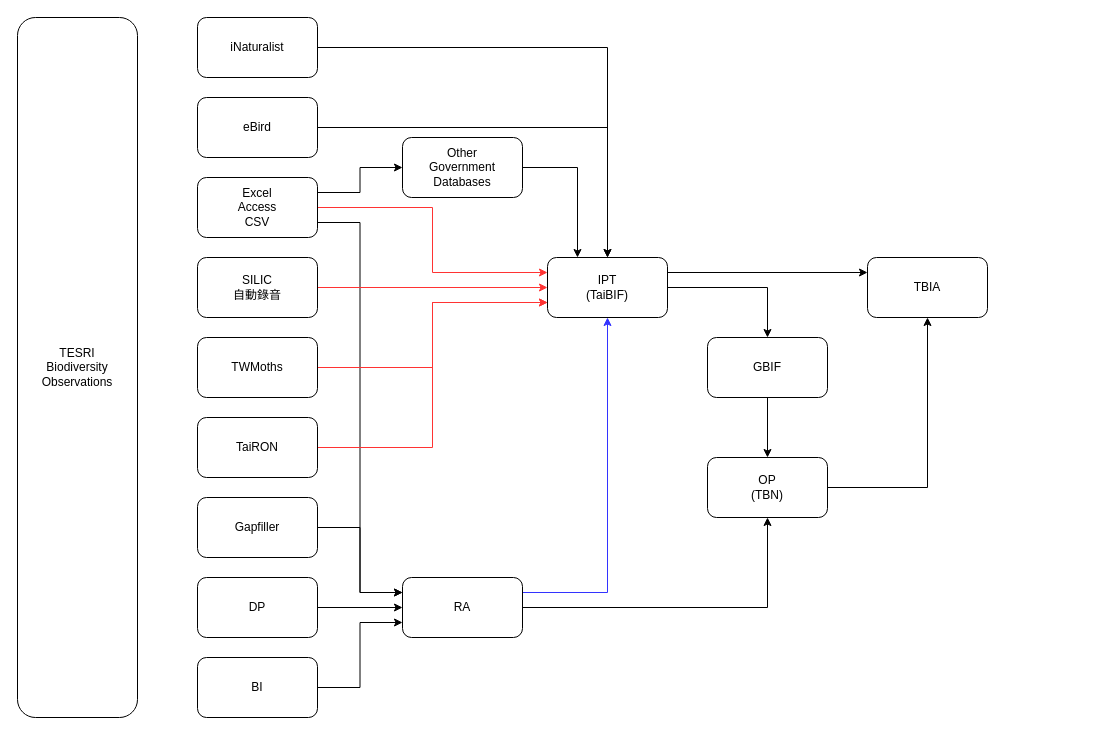
The draw.io diagram Untitled Diagram2.drawio in jerome-cjko/foolingAround, before the edit. Source tidied: cells renumbered, new cells numbered last; positions are measured from the earlier drawing's top-left corner, leaving out a move shared by most shapes. Both pictures are drawn from the tidied source at 100%, with x=0, y=0 at pixel (17, 17).
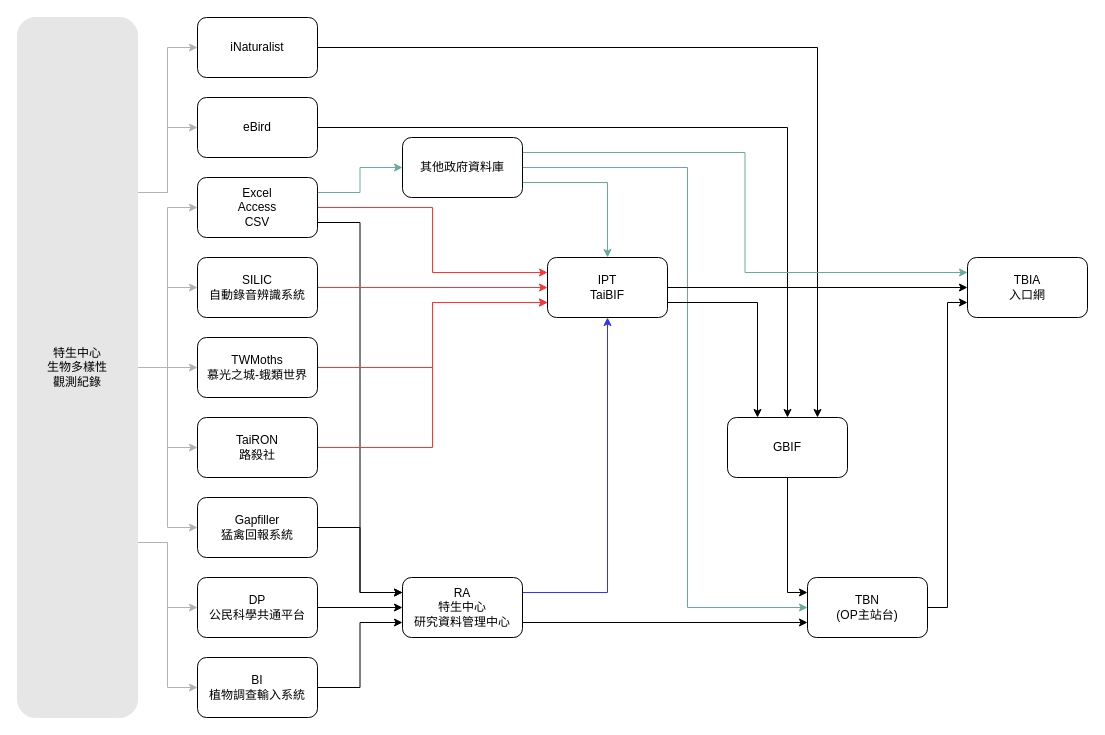
Above is the later version.

The change refers to these unchanged cells:
```xml
<mxCell id="6" value="&lt;div&gt;Excel&lt;/div&gt;&lt;div&gt;Access&lt;/div&gt;&lt;div&gt;CSV&lt;br&gt;&lt;/div&gt;" style="rounded=1;whiteSpace=wrap;html=1;" parent="1" vertex="1">
  <mxGeometry x="180" y="160" width="120" height="60" as="geometry" />
</mxCell>
<mxCell id="18" value="&lt;div&gt;eBird&lt;/div&gt;" style="rounded=1;whiteSpace=wrap;html=1;" parent="1" vertex="1">
  <mxGeometry x="180" y="80" width="120" height="60" as="geometry" />
</mxCell>
<mxCell id="20" value="iNaturalist" style="rounded=1;whiteSpace=wrap;html=1;" parent="1" vertex="1">
  <mxGeometry x="180" width="120" height="60" as="geometry" />
</mxCell>
```

Change to the diagram source:
```diff
@@
+    <mxCell id="36" style="edgeStyle=orthogonalEdgeStyle;rounded=0;jettySize=auto;html=1;exitX=1;exitY=0.25;exitDx=0;exitDy=0;entryX=0;entryY=0.5;entryDx=0;entryDy=0;shadow=0;strokeColor=#B3B3B3;fillColor=#FFB366;" parent="1" edge="1" source="2" target="20">
+      <mxGeometry relative="1" as="geometry" />
+    </mxCell>
+    <mxCell id="37" style="edgeStyle=orthogonalEdgeStyle;rounded=0;jettySize=auto;html=1;exitX=1;exitY=0.25;exitDx=0;exitDy=0;shadow=0;strokeColor=#B3B3B3;fillColor=#FFB366;" parent="1" edge="1" source="2" target="18">
+      <mxGeometry relative="1" as="geometry" />
+    </mxCell>
+    <mxCell id="38" style="edgeStyle=orthogonalEdgeStyle;rounded=0;jettySize=auto;html=1;exitX=1;exitY=0.5;exitDx=0;exitDy=0;entryX=0;entryY=0.5;entryDx=0;entryDy=0;shadow=0;strokeColor=#B3B3B3;fillColor=#FFB366;" parent="1" edge="1" source="2" target="6">
+      <mxGeometry relative="1" as="geometry" />
+    </mxCell>
+    <mxCell id="39" style="edgeStyle=orthogonalEdgeStyle;rounded=0;jettySize=auto;html=1;exitX=1;exitY=0.5;exitDx=0;exitDy=0;entryX=0;entryY=0.5;entryDx=0;entryDy=0;shadow=0;strokeColor=#B3B3B3;fillColor=#FFB366;" parent="1" edge="1" source="2" target="14">
+      <mxGeometry relative="1" as="geometry" />
+    </mxCell>
+    <mxCell id="40" style="edgeStyle=orthogonalEdgeStyle;rounded=0;jettySize=auto;html=1;exitX=1;exitY=0.5;exitDx=0;exitDy=0;shadow=0;strokeColor=#B3B3B3;fillColor=#FFB366;" parent="1" edge="1" source="2" target="16">
+      <mxGeometry relative="1" as="geometry" />
+    </mxCell>
+    <mxCell id="41" style="edgeStyle=orthogonalEdgeStyle;rounded=0;jettySize=auto;html=1;exitX=1;exitY=0.5;exitDx=0;exitDy=0;entryX=0;entryY=0.5;entryDx=0;entryDy=0;shadow=0;strokeColor=#B3B3B3;fillColor=#FFB366;" parent="1" edge="1" source="2" target="35">
+      <mxGeometry relative="1" as="geometry" />
+    </mxCell>
+    <mxCell id="42" style="edgeStyle=orthogonalEdgeStyle;rounded=0;jettySize=auto;html=1;exitX=1;exitY=0.5;exitDx=0;exitDy=0;entryX=0;entryY=0.5;entryDx=0;entryDy=0;shadow=0;strokeColor=#B3B3B3;fillColor=#FFB366;" parent="1" edge="1" source="2" target="12">
+      <mxGeometry relative="1" as="geometry" />
+    </mxCell>
+    <mxCell id="43" style="edgeStyle=orthogonalEdgeStyle;rounded=0;jettySize=auto;html=1;exitX=1;exitY=0.75;exitDx=0;exitDy=0;entryX=0;entryY=0.5;entryDx=0;entryDy=0;shadow=0;strokeColor=#B3B3B3;fillColor=#FFB366;" parent="1" edge="1" source="2" target="8">
+      <mxGeometry relative="1" as="geometry" />
+    </mxCell>
+    <mxCell id="44" style="edgeStyle=orthogonalEdgeStyle;rounded=0;jettySize=auto;html=1;exitX=1;exitY=0.75;exitDx=0;exitDy=0;shadow=0;strokeColor=#B3B3B3;fillColor=#FFB366;" parent="1" edge="1" source="2" target="10">
+      <mxGeometry relative="1" as="geometry" />
+    </mxCell>
-    <mxCell id="2" value="&lt;div&gt;TESRI&lt;/div&gt;&lt;div&gt;Biodiversity&lt;/div&gt;&lt;div&gt;Observations&lt;/div&gt;" style="rounded=1;whiteSpace=wrap;html=1;" parent="1" vertex="1">
+    <mxCell id="2" value="&lt;div&gt;特生中心&lt;/div&gt;&lt;div&gt;生物多樣性&lt;/div&gt;&lt;div&gt;觀測紀錄&lt;/div&gt;" style="rounded=1;whiteSpace=wrap;html=1;strokeColor=#E6E6E6;fillColor=#E6E6E6;" parent="1" vertex="1">
       <mxGeometry width="120" height="700" as="geometry" />
     </mxCell>
@@
-    <mxCell id="4" style="edgeStyle=orthogonalEdgeStyle;rounded=0;jettySize=auto;html=1;exitX=1;exitY=0.25;exitDx=0;exitDy=0;entryX=0;entryY=0.5;entryDx=0;entryDy=0;" parent="1" edge="1" source="6" target="25">
+    <mxCell id="4" style="edgeStyle=orthogonalEdgeStyle;rounded=0;jettySize=auto;html=1;exitX=1;exitY=0.25;exitDx=0;exitDy=0;entryX=0;entryY=0.5;entryDx=0;entryDy=0;strokeColor=#67AB9F;" parent="1" edge="1" source="6" target="25">
       <mxGeometry relative="1" as="geometry" />
     </mxCell>
@@
-    <mxCell id="8" value="DP" style="rounded=1;whiteSpace=wrap;html=1;" parent="1" vertex="1">
+    <mxCell id="8" value="&lt;div&gt;DP&lt;/div&gt;公民科學共通平台" style="rounded=1;whiteSpace=wrap;html=1;" parent="1" vertex="1">
       <mxGeometry x="180" y="560" width="120" height="60" as="geometry" />
     </mxCell>
@@
-    <mxCell id="10" value="BI" style="rounded=1;whiteSpace=wrap;html=1;" parent="1" vertex="1">
+    <mxCell id="10" value="&lt;div&gt;BI&lt;/div&gt;植物調查輸入系統" style="rounded=1;whiteSpace=wrap;html=1;" parent="1" vertex="1">
       <mxGeometry x="180" y="640" width="120" height="60" as="geometry" />
     </mxCell>
@@
-    <mxCell id="12" value="Gapfiller" style="rounded=1;whiteSpace=wrap;html=1;" parent="1" vertex="1">
+    <mxCell id="12" value="&lt;div&gt;Gapfiller&lt;/div&gt;&lt;div&gt;猛禽回報系統&lt;br&gt;&lt;/div&gt;" style="rounded=1;whiteSpace=wrap;html=1;" parent="1" vertex="1">
       <mxGeometry x="180" y="480" width="120" height="60" as="geometry" />
     </mxCell>
@@
-    <mxCell id="14" value="&lt;div&gt;SILIC&lt;/div&gt;自動錄音" style="rounded=1;whiteSpace=wrap;html=1;" parent="1" vertex="1">
+    <mxCell id="14" value="&lt;div&gt;SILIC&lt;/div&gt;自動錄音辨識系統" style="rounded=1;whiteSpace=wrap;html=1;" parent="1" vertex="1">
       <mxGeometry x="180" y="240" width="120" height="60" as="geometry" />
     </mxCell>
@@
-    <mxCell id="16" value="TWMoths" style="rounded=1;whiteSpace=wrap;html=1;" parent="1" vertex="1">
+    <mxCell id="16" value="&lt;div&gt;TWMoths&lt;/div&gt;&lt;div&gt;慕光之城-蛾類世界&lt;br&gt;&lt;/div&gt;" style="rounded=1;whiteSpace=wrap;html=1;" parent="1" vertex="1">
       <mxGeometry x="180" y="320" width="120" height="60" as="geometry" />
     </mxCell>
-    <mxCell id="17" style="edgeStyle=orthogonalEdgeStyle;rounded=0;jettySize=auto;html=1;exitX=1;exitY=0.5;exitDx=0;exitDy=0;entryX=0.5;entryY=0;entryDx=0;entryDy=0;" parent="1" edge="1" source="18" target="28">
+    <mxCell id="17" style="edgeStyle=orthogonalEdgeStyle;rounded=0;jettySize=auto;html=1;exitX=1;exitY=0.5;exitDx=0;exitDy=0;entryX=0.5;entryY=0;entryDx=0;entryDy=0;strokeColor=#000000;" parent="1" edge="1" source="18" target="32">
       <mxGeometry relative="1" as="geometry" />
     </mxCell>
@@
-    <mxCell id="19" style="edgeStyle=orthogonalEdgeStyle;rounded=0;jettySize=auto;html=1;exitX=1;exitY=0.5;exitDx=0;exitDy=0;entryX=0.5;entryY=0;entryDx=0;entryDy=0;" parent="1" edge="1" source="20" target="28">
+    <mxCell id="19" style="edgeStyle=orthogonalEdgeStyle;rounded=0;jettySize=auto;html=1;exitX=1;exitY=0.5;exitDx=0;exitDy=0;entryX=0.75;entryY=0;entryDx=0;entryDy=0;strokeColor=#000000;" parent="1" edge="1" source="20" target="32">
       <mxGeometry relative="1" as="geometry" />
     </mxCell>
@@
-    <mxCell id="21" style="edgeStyle=orthogonalEdgeStyle;rounded=0;jettySize=auto;html=1;exitX=1;exitY=0.5;exitDx=0;exitDy=0;" parent="1" edge="1" source="23" target="30">
+    <mxCell id="21" style="edgeStyle=orthogonalEdgeStyle;rounded=0;jettySize=auto;html=1;entryX=0;entryY=0.75;entryDx=0;entryDy=0;exitX=1;exitY=0.75;exitDx=0;exitDy=0;" parent="1" edge="1" source="23" target="30">
       <mxGeometry relative="1" as="geometry" />
     </mxCell>
@@
-    <mxCell id="23" value="RA" style="rounded=1;whiteSpace=wrap;html=1;" parent="1" vertex="1">
+    <mxCell id="23" value="&lt;div&gt;RA&lt;/div&gt;&lt;div&gt;特生中心&lt;/div&gt;&lt;div&gt;研究資料管理中心&lt;br&gt;&lt;/div&gt;" style="rounded=1;whiteSpace=wrap;html=1;" parent="1" vertex="1">
       <mxGeometry x="385" y="560" width="120" height="60" as="geometry" />
     </mxCell>
-    <mxCell id="24" style="edgeStyle=orthogonalEdgeStyle;rounded=0;jettySize=auto;html=1;exitX=1;exitY=0.5;exitDx=0;exitDy=0;entryX=0.25;entryY=0;entryDx=0;entryDy=0;" parent="1" edge="1" source="25" target="28">
+    <mxCell id="24" style="edgeStyle=orthogonalEdgeStyle;rounded=0;jettySize=auto;html=1;entryX=0.5;entryY=0;entryDx=0;entryDy=0;strokeColor=#67AB9F;exitX=1;exitY=0.75;exitDx=0;exitDy=0;" parent="1" edge="1" source="25" target="28">
       <mxGeometry relative="1" as="geometry" />
     </mxCell>
+    <mxCell id="45" style="edgeStyle=orthogonalEdgeStyle;rounded=0;jettySize=auto;html=1;exitX=1;exitY=0.25;exitDx=0;exitDy=0;entryX=0;entryY=0.25;entryDx=0;entryDy=0;shadow=0;strokeColor=#67AB9F;fillColor=#FFB366;" parent="1" edge="1" source="25" target="33">
+      <mxGeometry relative="1" as="geometry" />
+    </mxCell>
+    <mxCell id="46" style="edgeStyle=orthogonalEdgeStyle;rounded=0;jettySize=auto;html=1;exitX=1;exitY=0.5;exitDx=0;exitDy=0;entryX=0;entryY=0.5;entryDx=0;entryDy=0;shadow=0;strokeColor=#67AB9F;fillColor=#FFB366;" parent="1" edge="1" source="25" target="30">
+      <mxGeometry relative="1" as="geometry">
+        <Array as="points">
+          <mxPoint x="670" y="150" />
+          <mxPoint x="670" y="590" />
+        </Array>
+      </mxGeometry>
+    </mxCell>
-    <mxCell id="25" value="&lt;div&gt;Other&lt;/div&gt;&lt;div&gt;Government&lt;/div&gt;&lt;div&gt;Databases&lt;br&gt;&lt;/div&gt;" style="rounded=1;whiteSpace=wrap;html=1;" parent="1" vertex="1">
+    <mxCell id="25" value="其他政府資料庫" style="rounded=1;whiteSpace=wrap;html=1;" parent="1" vertex="1">
       <mxGeometry x="385" y="120" width="120" height="60" as="geometry" />
     </mxCell>
+    <mxCell id="27" style="edgeStyle=orthogonalEdgeStyle;rounded=0;jettySize=auto;html=1;exitX=1;exitY=0.5;exitDx=0;exitDy=0;entryX=0;entryY=0.5;entryDx=0;entryDy=0;strokeColor=#000000;" parent="1" edge="1" source="28" target="33">
+      <mxGeometry relative="1" as="geometry" />
+    </mxCell>
-    <mxCell id="26" style="edgeStyle=orthogonalEdgeStyle;rounded=0;jettySize=auto;html=1;exitX=1;exitY=0.5;exitDx=0;exitDy=0;entryX=0.5;entryY=0;entryDx=0;entryDy=0;" parent="1" edge="1" source="28" target="32">
+    <mxCell id="26" style="edgeStyle=orthogonalEdgeStyle;rounded=0;jettySize=auto;html=1;exitX=1;exitY=0.75;exitDx=0;exitDy=0;entryX=0.25;entryY=0;entryDx=0;entryDy=0;shadow=0;strokeColor=#000000;fillColor=#FFB366;" parent="1" edge="1" source="28" target="32">
       <mxGeometry relative="1" as="geometry" />
     </mxCell>
-    <mxCell id="27" style="edgeStyle=orthogonalEdgeStyle;rounded=0;jettySize=auto;html=1;exitX=1;exitY=0.25;exitDx=0;exitDy=0;entryX=0;entryY=0.25;entryDx=0;entryDy=0;" parent="1" edge="1" source="28" target="33">
-      <mxGeometry relative="1" as="geometry" />
-    </mxCell>
-    <mxCell id="28" value="&lt;div&gt;IPT&lt;/div&gt;&lt;div&gt;(TaiBIF)&lt;br&gt;&lt;/div&gt;" style="rounded=1;whiteSpace=wrap;html=1;" parent="1" vertex="1">
+    <mxCell id="28" value="&lt;div&gt;IPT&lt;/div&gt;&lt;div&gt;TaiBIF&lt;br&gt;&lt;/div&gt;" style="rounded=1;whiteSpace=wrap;html=1;" parent="1" vertex="1">
       <mxGeometry x="530" y="240" width="120" height="60" as="geometry" />
     </mxCell>
-    <mxCell id="29" style="edgeStyle=orthogonalEdgeStyle;rounded=0;jettySize=auto;html=1;exitX=1;exitY=0.5;exitDx=0;exitDy=0;" parent="1" edge="1" source="30" target="33">
+    <mxCell id="29" style="edgeStyle=orthogonalEdgeStyle;rounded=0;jettySize=auto;html=1;exitX=1;exitY=0.5;exitDx=0;exitDy=0;entryX=0;entryY=0.75;entryDx=0;entryDy=0;" parent="1" edge="1" source="30" target="33">
       <mxGeometry relative="1" as="geometry" />
     </mxCell>
-    <mxCell id="30" value="OP&lt;br&gt;(TBN)" style="rounded=1;whiteSpace=wrap;html=1;" parent="1" vertex="1">
-      <mxGeometry x="690" y="440" width="120" height="60" as="geometry" />
+    <mxCell id="30" value="&lt;div&gt;TBN&lt;/div&gt;&lt;div&gt;(OP主站台)&lt;br&gt;&lt;/div&gt;" style="rounded=1;whiteSpace=wrap;html=1;" parent="1" vertex="1">
+      <mxGeometry x="790" y="560" width="120" height="60" as="geometry" />
     </mxCell>
-    <mxCell id="31" style="edgeStyle=orthogonalEdgeStyle;rounded=0;jettySize=auto;html=1;exitX=0.5;exitY=1;exitDx=0;exitDy=0;" parent="1" edge="1" source="32" target="30">
+    <mxCell id="31" style="edgeStyle=orthogonalEdgeStyle;rounded=0;jettySize=auto;html=1;exitX=0.5;exitY=1;exitDx=0;exitDy=0;entryX=0;entryY=0.25;entryDx=0;entryDy=0;" parent="1" edge="1" source="32" target="30">
       <mxGeometry relative="1" as="geometry" />
     </mxCell>
     <mxCell id="32" value="GBIF" style="rounded=1;whiteSpace=wrap;html=1;" parent="1" vertex="1">
-      <mxGeometry x="690" y="320" width="120" height="60" as="geometry" />
+      <mxGeometry x="710" y="400" width="120" height="60" as="geometry" />
     </mxCell>
-    <mxCell id="33" value="TBIA" style="rounded=1;whiteSpace=wrap;html=1;" parent="1" vertex="1">
-      <mxGeometry x="850" y="240" width="120" height="60" as="geometry" />
+    <mxCell id="33" value="&lt;div&gt;TBIA&lt;/div&gt;入口網" style="rounded=1;whiteSpace=wrap;html=1;" parent="1" vertex="1">
+      <mxGeometry x="950" y="240" width="120" height="60" as="geometry" />
     </mxCell>
@@
-    <mxCell id="35" value="TaiRON" style="rounded=1;whiteSpace=wrap;html=1;" parent="1" vertex="1">
+    <mxCell id="35" value="&lt;div&gt;TaiRON&lt;/div&gt;&lt;div&gt;路殺社&lt;br&gt;&lt;/div&gt;" style="rounded=1;whiteSpace=wrap;html=1;" parent="1" vertex="1">
       <mxGeometry x="180" y="400" width="120" height="60" as="geometry" />
     </mxCell>
```
